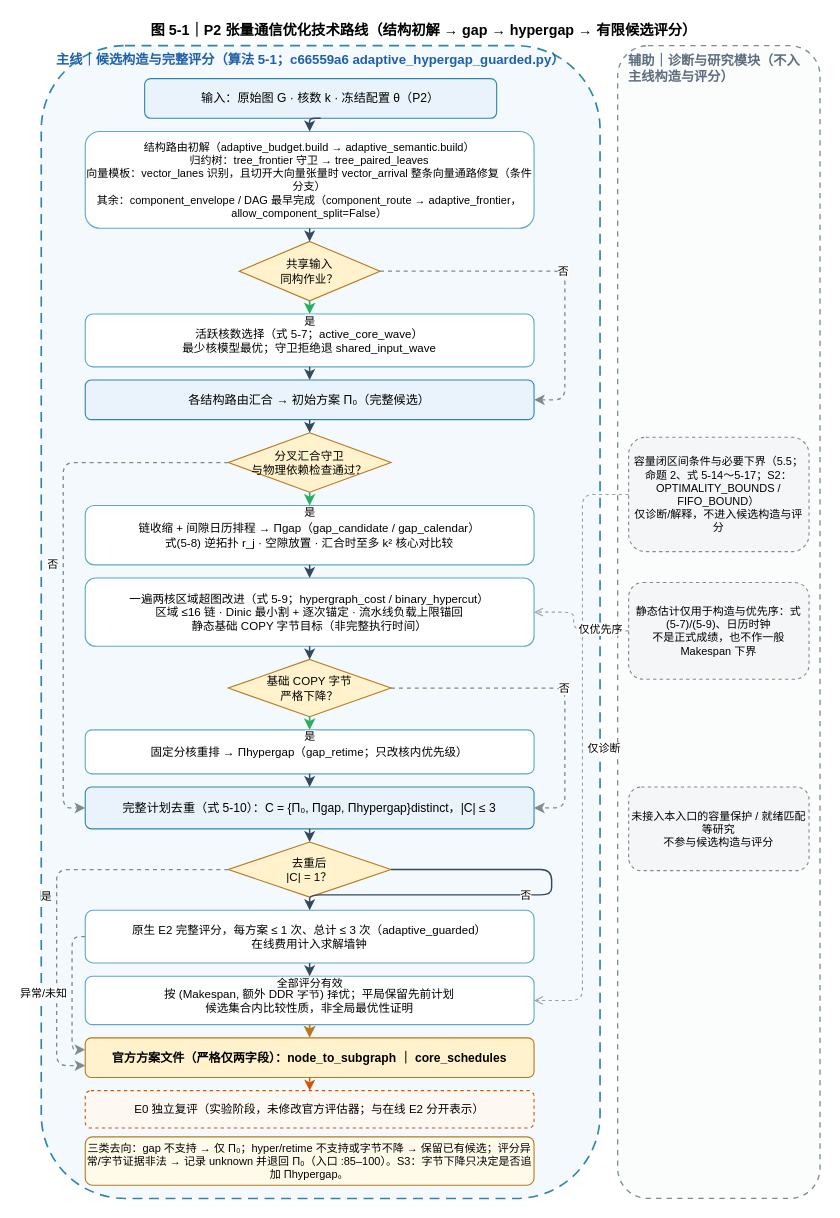
The draw.io diagram figures/a/jia-fig5-1-20260926/fig5-1-p2-tensor-comm-route.drawio in Vioano/huaweicup2026, before the edit. Source tidied: cells renumbered, new cells numbered last; positions are measured from the earlier drawing's top-left corner, leaving out a move shared by most shapes. Both pictures are drawn from the tidied source at 110%, with x=0, y=0 at pixel (41, 19).
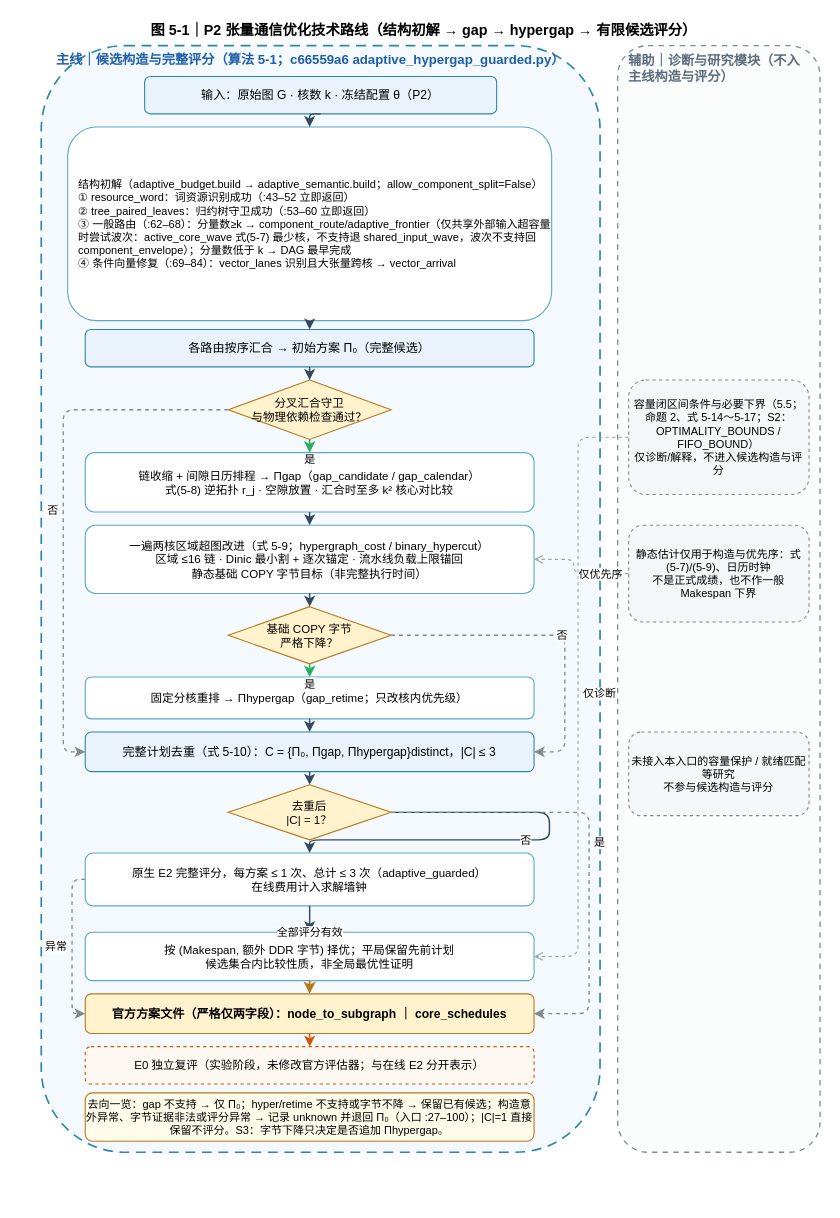
The same diagram, later.

What changed in the source:
```diff
@@
     <mxCell id="3" style="rounded=1;whiteSpace=wrap;html=1;dashed=1;dashPattern=6 4;fillColor=#F4F9FD;strokeColor=#2E86AB;strokeWidth=1.5;fontSize=12;fontFamily=Microsoft YaHei;" parent="1" vertex="1">
-      <mxGeometry y="24" width="508" height="1048" as="geometry" />
+      <mxGeometry y="24" width="508" height="1006" as="geometry" />
     </mxCell>
@@
     <mxCell id="5" value="输入：原始图 G · 核数 k · 冻结配置 θ（P2）" style="rounded=1;whiteSpace=wrap;html=1;fillColor=#EAF3FB;strokeColor=#2E86AB;fontSize=11;fontFamily=Microsoft YaHei;" parent="1" vertex="1">
-      <mxGeometry x="94" y="54" width="320" height="36" as="geometry" />
+      <mxGeometry x="94" y="52" width="320" height="34" as="geometry" />
     </mxCell>
-    <mxCell id="6" value="结构路由初解（adaptive_budget.build → adaptive_semantic.build）&#10;归约树：tree_frontier 守卫 → tree_paired_leaves&#10;向量模板：vector_lanes 识别，且切开大向量张量时 vector_arrival 整条向量通路修复（条件分支）&#10;其余：component_envelope / DAG 最早完成（component_route → adaptive_frontier，allow_component_split=False）" style="rounded=1;whiteSpace=wrap;html=1;fillColor=#FFFFFF;strokeColor=#5DA7CC;fontSize=10;fontFamily=Microsoft YaHei;" parent="1" vertex="1">
-      <mxGeometry x="40" y="102" width="408" height="88" as="geometry" />
+    <mxCell id="6" value="结构初解（adaptive_budget.build → adaptive_semantic.build；allow_component_split=False）&#10;① resource_word：词资源识别成功（:43–52 立即返回）&#10;② tree_paired_leaves：归约树守卫成功（:53–60 立即返回）&#10;③ 一般路由（:62–68）：分量数≥k → component_route/adaptive_frontier（仅共享外部输入超容量时尝试波次：active_core_wave 式(5-7) 最少核，不支持退 shared_input_wave，波次不支持回 component_envelope）；分量数低于 k → DAG 最早完成&#10;④ 条件向量修复（:69–84）：vector_lanes 识别且大张量跨核 → vector_arrival" style="rounded=1;whiteSpace=wrap;html=1;fillColor=#FFFFFF;strokeColor=#5DA7CC;fontSize=10;fontFamily=Microsoft YaHei;align=left;spacingLeft=8;" parent="1" vertex="1">
+      <mxGeometry x="24" y="98" width="440" height="176" as="geometry" />
     </mxCell>
-    <mxCell id="7" value="共享输入&#10;同构作业？" style="rhombus;whiteSpace=wrap;html=1;fillColor=#FFF2CC;strokeColor=#B7791F;fontSize=10.5;fontFamily=Microsoft YaHei;" parent="1" vertex="1">
-      <mxGeometry x="180" y="202" width="128" height="54" as="geometry" />
-    </mxCell>
-    <mxCell id="8" value="活跃核数选择（式 5-7；active_core_wave）&#10;最少核模型最优；守卫拒绝退 shared_input_wave" style="rounded=1;whiteSpace=wrap;html=1;fillColor=#FFFFFF;strokeColor=#5DA7CC;fontSize=10.5;fontFamily=Microsoft YaHei;" parent="1" vertex="1">
-      <mxGeometry x="40" y="268" width="408" height="48" as="geometry" />
-    </mxCell>
-    <mxCell id="9" value="各结构路由汇合 → 初始方案 Π₀（完整候选）" style="rounded=1;whiteSpace=wrap;html=1;fillColor=#EAF3FB;strokeColor=#2E86AB;fontSize=11;fontFamily=Microsoft YaHei;" parent="1" vertex="1">
-      <mxGeometry x="40" y="328" width="408" height="36" as="geometry" />
+    <mxCell id="9" value="各路由按序汇合 → 初始方案 Π₀（完整候选）" style="rounded=1;whiteSpace=wrap;html=1;fillColor=#EAF3FB;strokeColor=#2E86AB;fontSize=11;fontFamily=Microsoft YaHei;" parent="1" vertex="1">
+      <mxGeometry x="40" y="282" width="408" height="34" as="geometry" />
     </mxCell>
     <mxCell id="10" value="分叉汇合守卫&#10;与物理依赖检查通过？" style="rhombus;whiteSpace=wrap;html=1;fillColor=#FFF2CC;strokeColor=#B7791F;fontSize=10.5;fontFamily=Microsoft YaHei;" parent="1" vertex="1">
-      <mxGeometry x="170" y="376" width="148" height="54" as="geometry" />
+      <mxGeometry x="170" y="328" width="148" height="54" as="geometry" />
     </mxCell>
     <mxCell id="11" value="链收缩 + 间隙日历排程 → Πgap（gap_candidate / gap_calendar）&#10;式(5-8) 逆拓扑 r_j · 空隙放置 · 汇合时至多 k² 核心对比较" style="rounded=1;whiteSpace=wrap;html=1;fillColor=#FFFFFF;strokeColor=#5DA7CC;fontSize=10.5;fontFamily=Microsoft YaHei;" parent="1" vertex="1">
-      <mxGeometry x="40" y="442" width="408" height="54" as="geometry" />
+      <mxGeometry x="40" y="394" width="408" height="54" as="geometry" />
     </mxCell>
     <mxCell id="12" value="一遍两核区域超图改进（式 5-9；hypergraph_cost / binary_hypercut）&#10;区域 ≤16 链 · Dinic 最小割 + 逐次锚定 · 流水线负载上限锚回&#10;静态基础 COPY 字节目标（非完整执行时间）" style="rounded=1;whiteSpace=wrap;html=1;fillColor=#FFFFFF;strokeColor=#5DA7CC;fontSize=10.5;fontFamily=Microsoft YaHei;" parent="1" vertex="1">
-      <mxGeometry x="40" y="508" width="408" height="62" as="geometry" />
+      <mxGeometry x="40" y="460" width="408" height="62" as="geometry" />
     </mxCell>
     <mxCell id="13" value="基础 COPY 字节&#10;严格下降？" style="rhombus;whiteSpace=wrap;html=1;fillColor=#FFF2CC;strokeColor=#B7791F;fontSize=10.5;fontFamily=Microsoft YaHei;" parent="1" vertex="1">
-      <mxGeometry x="170" y="582" width="148" height="52" as="geometry" />
+      <mxGeometry x="170" y="534" width="148" height="52" as="geometry" />
     </mxCell>
     <mxCell id="14" value="固定分核重排 → Πhypergap（gap_retime；只改核内优先级）" style="rounded=1;whiteSpace=wrap;html=1;fillColor=#FFFFFF;strokeColor=#5DA7CC;fontSize=10.5;fontFamily=Microsoft YaHei;" parent="1" vertex="1">
-      <mxGeometry x="40" y="646" width="408" height="40" as="geometry" />
+      <mxGeometry x="40" y="598" width="408" height="38" as="geometry" />
     </mxCell>
     <mxCell id="15" value="完整计划去重（式 5-10）：C = {Π₀, Πgap, Πhypergap}distinct，|C| ≤ 3" style="rounded=1;whiteSpace=wrap;html=1;fillColor=#EAF3FB;strokeColor=#2E86AB;fontSize=11;fontFamily=Microsoft YaHei;" parent="1" vertex="1">
-      <mxGeometry x="40" y="698" width="408" height="38" as="geometry" />
+      <mxGeometry x="40" y="648" width="408" height="36" as="geometry" />
     </mxCell>
     <mxCell id="16" value="去重后&#10;|C| = 1？" style="rhombus;whiteSpace=wrap;html=1;fillColor=#FFF2CC;strokeColor=#B7791F;fontSize=10.5;fontFamily=Microsoft YaHei;" parent="1" vertex="1">
-      <mxGeometry x="170" y="748" width="148" height="50" as="geometry" />
+      <mxGeometry x="170" y="696" width="148" height="50" as="geometry" />
     </mxCell>
     <mxCell id="17" value="原生 E2 完整评分，每方案 ≤ 1 次、总计 ≤ 3 次（adaptive_guarded）&#10;在线费用计入求解墙钟" style="rounded=1;whiteSpace=wrap;html=1;fillColor=#FFFFFF;strokeColor=#5DA7CC;fontSize=10.5;fontFamily=Microsoft YaHei;" parent="1" vertex="1">
-      <mxGeometry x="40" y="810" width="408" height="48" as="geometry" />
+      <mxGeometry x="40" y="758" width="408" height="48" as="geometry" />
     </mxCell>
     <mxCell id="18" value="按 (Makespan, 额外 DDR 字节) 择优；平局保留先前计划&#10;候选集合内比较性质，非全局最优性证明" style="rounded=1;whiteSpace=wrap;html=1;fillColor=#FFFFFF;strokeColor=#5DA7CC;fontSize=10.5;fontFamily=Microsoft YaHei;" parent="1" vertex="1">
-      <mxGeometry x="40" y="870" width="408" height="44" as="geometry" />
+      <mxGeometry x="40" y="830" width="408" height="44" as="geometry" />
     </mxCell>
     <mxCell id="19" value="官方方案文件（严格仅两字段）：node_to_subgraph ｜ core_schedules" style="rounded=1;whiteSpace=wrap;html=1;fillColor=#FFF2CC;strokeColor=#B7791F;fontSize=11;fontStyle=1;fontFamily=Microsoft YaHei;" parent="1" vertex="1">
-      <mxGeometry x="40" y="926" width="408" height="36" as="geometry" />
+      <mxGeometry x="40" y="886" width="408" height="36" as="geometry" />
     </mxCell>
     <mxCell id="20" value="E0 独立复评（实验阶段，未修改官方评估器；与在线 E2 分开表示）" style="rounded=1;whiteSpace=wrap;html=1;dashed=1;fillColor=#FDF8F2;strokeColor=#D35400;fontSize=10.5;fontFamily=Microsoft YaHei;" parent="1" vertex="1">
-      <mxGeometry x="40" y="974" width="408" height="34" as="geometry" />
+      <mxGeometry x="40" y="934" width="408" height="34" as="geometry" />
     </mxCell>
-    <mxCell id="21" value="三类去向：gap 不支持 → 仅 Π₀；hyper/retime 不支持或字节不降 → 保留已有候选；评分异常/字节证据非法 → 记录 unknown 并退回 Π₀（入口 :85–100）。S3：字节下降只决定是否追加 Πhypergap。" style="rounded=1;whiteSpace=wrap;html=1;fillColor=#FFFBEA;strokeColor=#B7791F;fontSize=10;fontFamily=Microsoft YaHei;" parent="1" vertex="1">
-      <mxGeometry x="40" y="1016" width="408" height="44" as="geometry" />
+    <mxCell id="21" value="去向一览：gap 不支持 → 仅 Π₀；hyper/retime 不支持或字节不降 → 保留已有候选；构造意外异常、字节证据非法或评分异常 → 记录 unknown 并退回 Π₀（入口 :27–100）；|C|=1 直接保留不评分。S3：字节下降只决定是否追加 Πhypergap。" style="rounded=1;whiteSpace=wrap;html=1;fillColor=#FFFBEA;strokeColor=#B7791F;fontSize=10;fontFamily=Microsoft YaHei;" parent="1" vertex="1">
+      <mxGeometry x="40" y="976" width="408" height="44" as="geometry" />
     </mxCell>
     <mxCell id="22" style="rounded=1;whiteSpace=wrap;html=1;dashed=1;dashPattern=4 4;fillColor=#FBFCFC;strokeColor=#7F8C8D;strokeWidth=1.2;fontSize=12;fontFamily=Microsoft YaHei;" parent="1" vertex="1">
-      <mxGeometry x="524" y="24" width="184" height="1048" as="geometry" />
+      <mxGeometry x="524" y="24" width="184" height="1006" as="geometry" />
     </mxCell>
@@
     <mxCell id="24" value="容量闭区间条件与必要下界（5.5；命题 2、式 5-14～5-17；S2：OPTIMALITY_BOUNDS / FIFO_BOUND）&#10;仅诊断/解释，不进入候选构造与评分" style="rounded=1;whiteSpace=wrap;html=1;dashed=1;fillColor=#F4F6F7;strokeColor=#7F8C8D;fontSize=10;fontFamily=Microsoft YaHei;" parent="1" vertex="1">
-      <mxGeometry x="534" y="380" width="164" height="104" as="geometry" />
+      <mxGeometry x="534" y="328" width="164" height="104" as="geometry" />
     </mxCell>
     <mxCell id="25" value="静态估计仅用于构造与优先序：式(5-7)/(5-9)、日历时钟&#10;不是正式成绩，也不作一般 Makespan 下界" style="rounded=1;whiteSpace=wrap;html=1;dashed=1;fillColor=#F4F6F7;strokeColor=#7F8C8D;fontSize=10;fontFamily=Microsoft YaHei;" parent="1" vertex="1">
-      <mxGeometry x="534" y="512" width="164" height="88" as="geometry" />
+      <mxGeometry x="534" y="460" width="164" height="88" as="geometry" />
     </mxCell>
     <mxCell id="26" value="未接入本入口的容量保护 / 就绪匹配等研究&#10;不参与候选构造与评分" style="rounded=1;whiteSpace=wrap;html=1;dashed=1;fillColor=#F4F6F7;strokeColor=#7F8C8D;fontSize=10;fontFamily=Microsoft YaHei;" parent="1" vertex="1">
-      <mxGeometry x="534" y="698" width="164" height="76" as="geometry" />
+      <mxGeometry x="534" y="648" width="164" height="76" as="geometry" />
     </mxCell>
@@
-    <mxCell id="28" style="edgeStyle=orthogonalEdgeStyle;rounded=1;html=1;strokeColor=#34495E;strokeWidth=1.3;exitX=0.5;exitY=1;entryX=0.5;entryY=0;" parent="1" edge="1" source="6" target="7">
+    <mxCell id="28" style="edgeStyle=orthogonalEdgeStyle;rounded=1;html=1;strokeColor=#34495E;strokeWidth=1.3;exitX=0.5;exitY=1;entryX=0.5;entryY=0;" parent="1" edge="1" source="6" target="9">
       <mxGeometry relative="1" as="geometry" />
     </mxCell>
-    <mxCell id="29" value="是" style="edgeStyle=orthogonalEdgeStyle;rounded=1;html=1;strokeColor=#27AE60;strokeWidth=1.4;exitX=0.5;exitY=1;entryX=0.5;entryY=0;fontSize=10;fontFamily=Microsoft YaHei;verticalAlign=top;" parent="1" edge="1" source="7" target="8">
-      <mxGeometry relative="1" as="geometry" />
-    </mxCell>
-    <mxCell id="30" value="否" style="edgeStyle=orthogonalEdgeStyle;rounded=1;html=1;strokeColor=#7F8C8D;strokeWidth=1.2;dashed=1;exitX=1;exitY=0.5;entryX=1;entryY=0.5;fontSize=10;fontFamily=Microsoft YaHei;verticalAlign=middle;align=left;spacingLeft=3;" parent="1" edge="1" source="7" target="9">
-      <mxGeometry relative="1" as="geometry">
-        <Array as="points">
-          <mxPoint x="476" y="229" />
-          <mxPoint x="476" y="346" />
-        </Array>
-      </mxGeometry>
-    </mxCell>
-    <mxCell id="31" style="edgeStyle=orthogonalEdgeStyle;rounded=1;html=1;strokeColor=#34495E;strokeWidth=1.3;exitX=0.5;exitY=1;entryX=0.5;entryY=0;" parent="1" edge="1" source="8" target="9">
-      <mxGeometry relative="1" as="geometry" />
-    </mxCell>
@@
     <mxCell id="34" value="否" style="edgeStyle=orthogonalEdgeStyle;rounded=1;html=1;strokeColor=#7F8C8D;strokeWidth=1.2;dashed=1;exitX=0;exitY=0.5;entryX=0;entryY=0.5;fontSize=10;fontFamily=Microsoft YaHei;verticalAlign=middle;align=right;spacingRight=3;" parent="1" edge="1" source="10" target="15">
       <mxGeometry relative="1" as="geometry">
         <Array as="points">
-          <mxPoint x="20" y="403" />
-          <mxPoint x="20" y="717" />
+          <mxPoint x="20" y="355" />
+          <mxPoint x="20" y="666" />
         </Array>
       </mxGeometry>
     </mxCell>
@@
     <mxCell id="38" value="否" style="edgeStyle=orthogonalEdgeStyle;rounded=1;html=1;strokeColor=#7F8C8D;strokeWidth=1.2;dashed=1;exitX=1;exitY=0.5;entryX=1;entryY=0.5;fontSize=10;fontFamily=Microsoft YaHei;verticalAlign=middle;align=left;spacingLeft=3;" parent="1" edge="1" source="13" target="15">
       <mxGeometry relative="1" as="geometry">
         <Array as="points">
-          <mxPoint x="476" y="608" />
-          <mxPoint x="476" y="717" />
+          <mxPoint x="476" y="560" />
+          <mxPoint x="476" y="666" />
         </Array>
       </mxGeometry>
     </mxCell>
@@
     <mxCell id="41" value="否" style="edgeStyle=orthogonalEdgeStyle;rounded=1;html=1;strokeColor=#34495E;strokeWidth=1.3;exitX=1;exitY=0.5;entryX=0.5;entryY=0;fontSize=10;fontFamily=Microsoft YaHei;verticalAlign=middle;align=left;spacingLeft=3;" parent="1" edge="1" source="16" target="17">
       <mxGeometry relative="1" as="geometry">
         <Array as="points">
-          <mxPoint x="464" y="773" />
-          <mxPoint x="464" y="796" />
+          <mxPoint x="462" y="721" />
+          <mxPoint x="462" y="746" />
         </Array>
       </mxGeometry>
     </mxCell>
-    <mxCell id="42" value="是" style="edgeStyle=orthogonalEdgeStyle;rounded=1;html=1;strokeColor=#7F8C8D;strokeWidth=1.2;dashed=1;exitX=0;exitY=0.5;entryX=0;entryY=0.7;fontSize=10;fontFamily=Microsoft YaHei;verticalAlign=middle;align=right;spacingRight=3;" parent="1" edge="1" source="16" target="19">
+    <mxCell id="42" value="是" style="edgeStyle=orthogonalEdgeStyle;rounded=1;html=1;strokeColor=#7F8C8D;strokeWidth=1.2;dashed=1;exitX=1;exitY=0.5;entryX=1;entryY=0.5;fontSize=10;fontFamily=Microsoft YaHei;verticalAlign=middle;align=left;spacingLeft=3;" parent="1" edge="1" source="16" target="19">
       <mxGeometry relative="1" as="geometry">
         <Array as="points">
-          <mxPoint x="14" y="773" />
-          <mxPoint x="14" y="951" />
+          <mxPoint x="498" y="721" />
+          <mxPoint x="498" y="904" />
         </Array>
       </mxGeometry>
     </mxCell>
@@
-    <mxCell id="44" value="异常/未知" style="edgeStyle=orthogonalEdgeStyle;rounded=1;html=1;strokeColor=#7F8C8D;strokeWidth=1.2;dashed=1;exitX=0;exitY=0.5;entryX=0;entryY=0.3;fontSize=10;fontFamily=Microsoft YaHei;verticalAlign=middle;align=right;spacingRight=3;" parent="1" edge="1" source="17" target="19">
+    <mxCell id="44" value="异常" style="edgeStyle=orthogonalEdgeStyle;rounded=1;html=1;strokeColor=#7F8C8D;strokeWidth=1.2;dashed=1;exitX=0;exitY=0.5;entryX=0;entryY=0.5;fontSize=10;fontFamily=Microsoft YaHei;verticalAlign=middle;align=right;spacingRight=3;" parent="1" edge="1" source="17" target="19">
       <mxGeometry relative="1" as="geometry">
         <Array as="points">
-          <mxPoint x="28" y="834" />
-          <mxPoint x="28" y="937" />
+          <mxPoint x="28" y="782" />
+          <mxPoint x="28" y="904" />
         </Array>
       </mxGeometry>
     </mxCell>
@@
     <mxCell id="47" value="仅诊断" style="edgeStyle=orthogonalEdgeStyle;rounded=1;html=1;strokeColor=#95A5A6;strokeWidth=1;dashed=1;endArrow=open;exitX=0;exitY=0.5;entryX=1;entryY=0.5;fontSize=10;fontFamily=Microsoft YaHei;align=left;spacingLeft=3;" parent="1" edge="1" source="24" target="18">
       <mxGeometry relative="1" as="geometry">
         <Array as="points">
-          <mxPoint x="492" y="432" />
-          <mxPoint x="492" y="892" />
+          <mxPoint x="488" y="380" />
+          <mxPoint x="488" y="852" />
         </Array>
       </mxGeometry>
     </mxCell>
     <mxCell id="48" value="仅优先序" style="edgeStyle=orthogonalEdgeStyle;rounded=1;html=1;strokeColor=#95A5A6;strokeWidth=1;dashed=1;endArrow=open;exitX=0;exitY=0.5;entryX=1;entryY=0.5;fontSize=10;fontFamily=Microsoft YaHei;align=left;spacingLeft=3;" parent="1" edge="1" source="25" target="12">
       <mxGeometry relative="1" as="geometry">
         <Array as="points">
-          <mxPoint x="484" y="556" />
-          <mxPoint x="484" y="539" />
+          <mxPoint x="484" y="504" />
+          <mxPoint x="484" y="491" />
         </Array>
       </mxGeometry>
     </mxCell>
```
